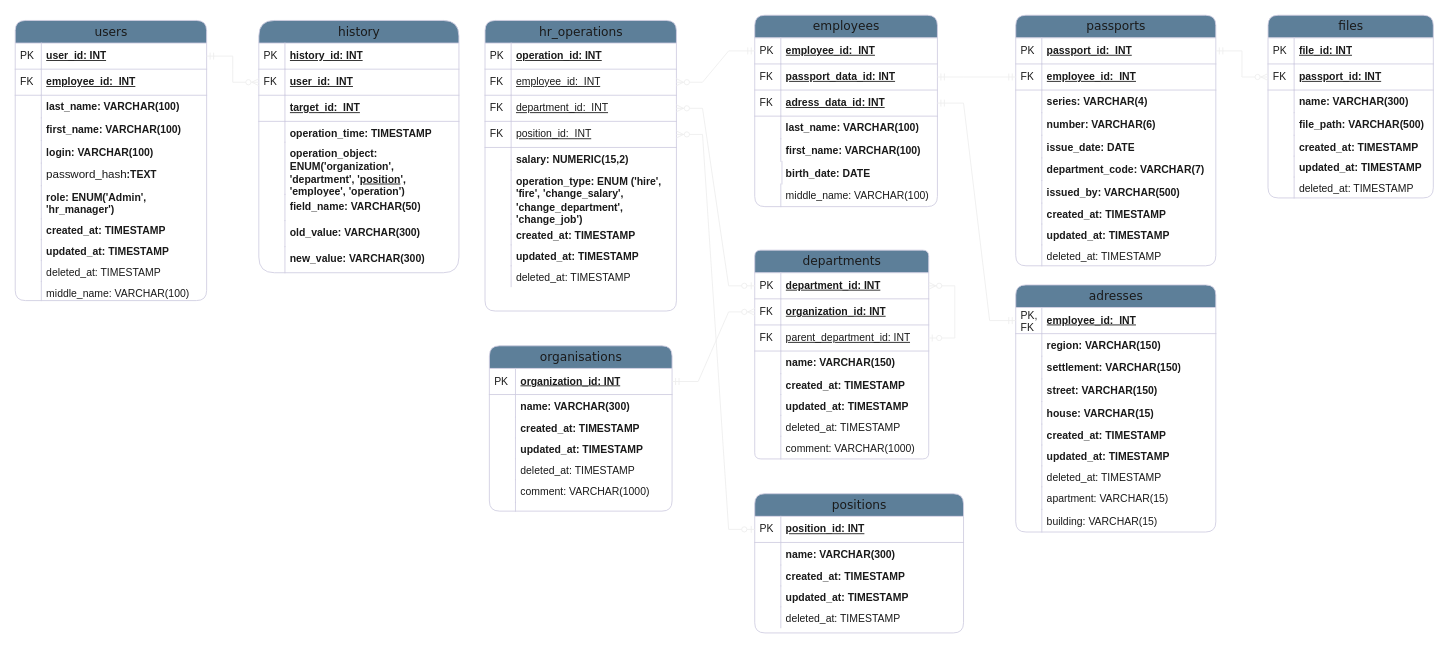
Before: docs/DB-scheme.drawio in rennaiis/areal-hr_ext-test, a draw.io diagram. Source tidied: cells renumbered, new cells numbered last; positions are measured from the earlier drawing's top-left corner, leaving out a move shared by most shapes. Both pictures are drawn from the tidied source at 87%, with x=0, y=0 at pixel (15, 15).
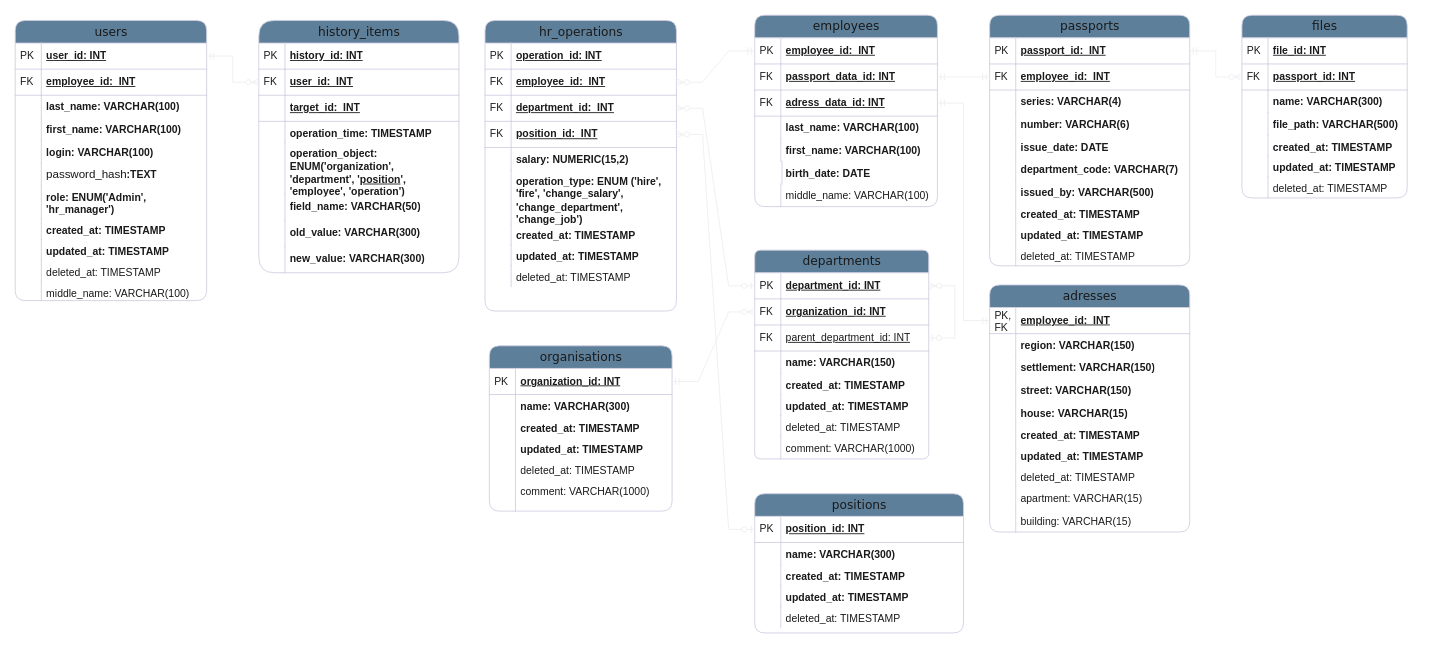
Above is the later version.

Commit message:
исправлены ошибки в схеме

The change refers to these unchanged cells:
```xml
<mxCell id="126" value="hr_operations" style="swimlane;html=1;fontStyle=0;horizontal=1;startSize=26;swimlaneFillColor=#ffffff;align=center;rounded=1;shadow=0;comic=0;labelBackgroundColor=none;strokeWidth=1;fontFamily=Verdana;fontSize=14;fillColor=#5D7F99;strokeColor=#D0CEE2;fontColor=#1A1A1A;gradientColor=none;" parent="1" vertex="1">
  <mxGeometry x="540" y="6" width="220" height="334" as="geometry" />
</mxCell>
```

Change to the diagram source:
```diff
@@
     <mxCell id="65" value="passports" style="swimlane;html=1;fontStyle=0;horizontal=1;startSize=26;swimlaneFillColor=#ffffff;align=center;rounded=1;shadow=0;comic=0;labelBackgroundColor=none;strokeWidth=1;fontFamily=Verdana;fontSize=14;fillColor=#5D7F99;strokeColor=#D0CEE2;fontColor=#1A1A1A;gradientColor=none;" parent="1" vertex="1">
-      <mxGeometry x="1150" width="230" height="288" as="geometry" />
+      <mxGeometry x="1120" width="230" height="288" as="geometry" />
     </mxCell>
@@
     <mxCell id="88" value="files" style="swimlane;html=1;fontStyle=0;horizontal=1;startSize=26;swimlaneFillColor=#ffffff;align=center;rounded=1;shadow=0;comic=0;labelBackgroundColor=none;strokeWidth=1;fontFamily=Verdana;fontSize=14;fillColor=#5D7F99;strokeColor=#D0CEE2;fontColor=#1A1A1A;gradientColor=none;" parent="1" vertex="1">
-      <mxGeometry x="1440" width="190" height="210" as="geometry" />
+      <mxGeometry x="1410" width="190" height="210" as="geometry" />
     </mxCell>
@@
     <mxCell id="103" value="adresses" style="swimlane;html=1;fontStyle=0;horizontal=1;startSize=26;swimlaneFillColor=#ffffff;align=center;rounded=1;shadow=0;comic=0;labelBackgroundColor=none;strokeWidth=1;fontFamily=Verdana;fontSize=14;fillColor=#5D7F99;strokeColor=#D0CEE2;fontColor=#1A1A1A;gradientColor=none;" parent="1" vertex="1">
-      <mxGeometry x="1150" y="310" width="230" height="284" as="geometry" />
+      <mxGeometry x="1120" y="310" width="230" height="284" as="geometry" />
     </mxCell>
@@
-    <mxCell id="131" value="&lt;span style=&quot;font-weight: normal;&quot;&gt;employee_id:&amp;nbsp; INT&lt;/span&gt;" style="shape=partialRectangle;top=0;left=0;right=0;bottom=1;html=1;align=left;verticalAlign=middle;fillColor=none;spacingLeft=34;spacingRight=4;whiteSpace=wrap;overflow=hidden;points=[[0,0.5],[1,0.5]];portConstraint=eastwest;fontStyle=5;labelBackgroundColor=none;strokeColor=#D0CEE2;fontColor=#1A1A1A;" parent="126" vertex="1">
+    <mxCell id="131" value="employee_id:&amp;nbsp; INT" style="shape=partialRectangle;top=0;left=0;right=0;bottom=1;html=1;align=left;verticalAlign=middle;fillColor=none;spacingLeft=34;spacingRight=4;whiteSpace=wrap;overflow=hidden;points=[[0,0.5],[1,0.5]];portConstraint=eastwest;fontStyle=5;labelBackgroundColor=none;strokeColor=#D0CEE2;fontColor=#1A1A1A;" parent="126" vertex="1">
       <mxGeometry y="56" width="220" height="30" as="geometry" />
     </mxCell>
@@
-    <mxCell id="133" value="&lt;span style=&quot;font-weight: normal;&quot;&gt;department_id:&amp;nbsp; INT&lt;/span&gt;" style="shape=partialRectangle;top=0;left=0;right=0;bottom=1;html=1;align=left;verticalAlign=middle;fillColor=none;spacingLeft=34;spacingRight=4;whiteSpace=wrap;overflow=hidden;points=[[0,0.5],[1,0.5]];portConstraint=eastwest;fontStyle=5;labelBackgroundColor=none;strokeColor=#D0CEE2;fontColor=#1A1A1A;" parent="126" vertex="1">
+    <mxCell id="133" value="department_id:&amp;nbsp; INT" style="shape=partialRectangle;top=0;left=0;right=0;bottom=1;html=1;align=left;verticalAlign=middle;fillColor=none;spacingLeft=34;spacingRight=4;whiteSpace=wrap;overflow=hidden;points=[[0,0.5],[1,0.5]];portConstraint=eastwest;fontStyle=5;labelBackgroundColor=none;strokeColor=#D0CEE2;fontColor=#1A1A1A;" parent="126" vertex="1">
       <mxGeometry y="86" width="220" height="30" as="geometry" />
     </mxCell>
@@
-    <mxCell id="135" value="&lt;span style=&quot;font-weight: normal;&quot;&gt;position_id:&amp;nbsp; INT&lt;/span&gt;" style="shape=partialRectangle;top=0;left=0;right=0;bottom=1;html=1;align=left;verticalAlign=middle;fillColor=none;spacingLeft=34;spacingRight=4;whiteSpace=wrap;overflow=hidden;points=[[0,0.5],[1,0.5]];portConstraint=eastwest;fontStyle=5;labelBackgroundColor=none;strokeColor=#D0CEE2;fontColor=#1A1A1A;" parent="126" vertex="1">
+    <mxCell id="135" value="position_id:&amp;nbsp; INT" style="shape=partialRectangle;top=0;left=0;right=0;bottom=1;html=1;align=left;verticalAlign=middle;fillColor=none;spacingLeft=34;spacingRight=4;whiteSpace=wrap;overflow=hidden;points=[[0,0.5],[1,0.5]];portConstraint=eastwest;fontStyle=5;labelBackgroundColor=none;strokeColor=#D0CEE2;fontColor=#1A1A1A;" parent="126" vertex="1">
       <mxGeometry y="116" width="220" height="30" as="geometry" />
     </mxCell>
@@
-    <mxCell id="147" value="history" style="swimlane;html=1;fontStyle=0;horizontal=1;startSize=26;swimlaneFillColor=#ffffff;align=center;rounded=1;shadow=0;comic=0;labelBackgroundColor=none;strokeWidth=1;fontFamily=Verdana;fontSize=14;fillColor=#5D7F99;strokeColor=#D0CEE2;fontColor=#1A1A1A;gradientColor=none;arcSize=23;" parent="1" vertex="1">
+    <mxCell id="147" value="history_items" style="swimlane;html=1;fontStyle=0;horizontal=1;startSize=26;swimlaneFillColor=#ffffff;align=center;rounded=1;shadow=0;comic=0;labelBackgroundColor=none;strokeWidth=1;fontFamily=Verdana;fontSize=14;fillColor=#5D7F99;strokeColor=#D0CEE2;fontColor=#1A1A1A;gradientColor=none;arcSize=23;" parent="1" vertex="1">
       <mxGeometry x="280" y="6" width="230" height="290" as="geometry" />
     </mxCell>
```
